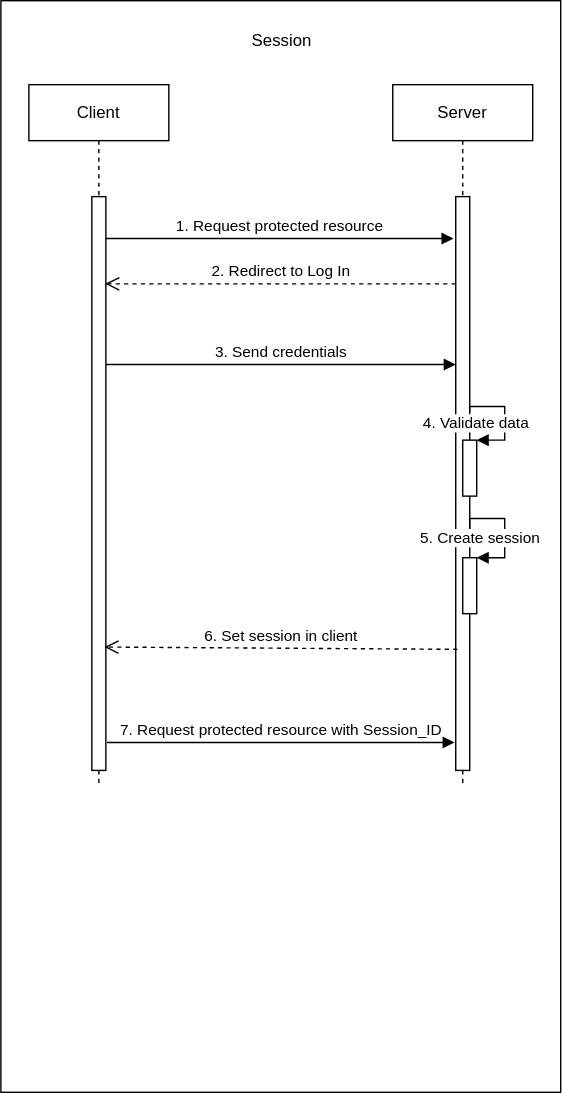
Above: Diagrams/SessionCycle.svg in mikanaaa/User-Authentication-And-Authorization (draw.io), before the change. Source tidied: cells renumbered, new cells last; positions are measured from the earlier drawing's top-left corner, leaving out a move shared by most shapes. The source it was exported from:
```xml
<mxGraphModel>
  <root>
    <mxCell id="0" />
    <mxCell id="1" parent="0" />
    <mxCell id="2" value="&lt;p style=&quot;margin: 0px ; margin-top: 4px ; text-align: center&quot;&gt;&lt;br&gt;&lt;/p&gt;&lt;p style=&quot;margin: 0px ; margin-top: 4px ; text-align: center&quot;&gt;Session&lt;/p&gt;" style="verticalAlign=top;align=left;overflow=fill;fontSize=12;fontFamily=Helvetica;html=1;fillColor=#ffffff;" parent="1" vertex="1">
      <mxGeometry width="400" height="780" as="geometry" />
    </mxCell>
    <mxCell id="3" value="Client" style="shape=umlLifeline;perimeter=lifelinePerimeter;whiteSpace=wrap;html=1;" parent="1" vertex="1">
      <mxGeometry x="20" y="60" width="100" height="500" as="geometry" />
    </mxCell>
    <mxCell id="4" style="html=1;points=[];perimeter=orthogonalPerimeter;" parent="3" vertex="1">
      <mxGeometry x="45" y="80" width="10" height="410" as="geometry" />
    </mxCell>
    <mxCell id="5" value="Server" style="shape=umlLifeline;perimeter=lifelinePerimeter;whiteSpace=wrap;html=1;" parent="1" vertex="1">
      <mxGeometry x="280" y="60" width="100" height="500" as="geometry" />
    </mxCell>
    <mxCell id="6" style="html=1;points=[];perimeter=orthogonalPerimeter;" parent="5" vertex="1">
      <mxGeometry x="45" y="80" width="10" height="410" as="geometry" />
    </mxCell>
    <mxCell id="7" style="html=1;points=[];perimeter=orthogonalPerimeter;" parent="5" vertex="1">
      <mxGeometry x="50" y="254" width="10" height="40" as="geometry" />
    </mxCell>
    <mxCell id="8" value="4. Validate data" style="edgeStyle=orthogonalEdgeStyle;html=1;align=left;spacingLeft=2;endArrow=block;rounded=0;entryX=1;entryY=0;" parent="5" edge="1" target="7">
      <mxGeometry x="-0.89" y="-39" relative="1" as="geometry">
        <mxPoint x="55" y="234" as="sourcePoint" />
        <Array as="points">
          <mxPoint x="55" y="230" />
          <mxPoint x="80" y="230" />
          <mxPoint x="80" y="254" />
        </Array>
        <mxPoint x="-37" y="-27" as="offset" />
      </mxGeometry>
    </mxCell>
    <mxCell id="9" value="1. Request protected resource" style="html=1;verticalAlign=bottom;endArrow=block;entryX=-0.16;entryY=0.073;entryDx=0;entryDy=0;entryPerimeter=0;" parent="1" edge="1" source="4" target="6">
      <mxGeometry relative="1" as="geometry" />
    </mxCell>
    <mxCell id="10" value="2. Redirect to Log In" style="html=1;verticalAlign=bottom;endArrow=open;dashed=1;endSize=8;entryX=0.95;entryY=0.152;entryDx=0;entryDy=0;entryPerimeter=0;" parent="1" edge="1" source="6" target="4">
      <mxGeometry relative="1" as="geometry" />
    </mxCell>
    <mxCell id="11" value="3. Send credentials" style="html=1;verticalAlign=bottom;endArrow=block;" parent="1" edge="1" source="4" target="6">
      <mxGeometry relative="1" as="geometry">
        <Array as="points">
          <mxPoint x="290" y="260" />
        </Array>
      </mxGeometry>
    </mxCell>
    <mxCell id="12" style="html=1;points=[];perimeter=orthogonalPerimeter;" parent="1" vertex="1">
      <mxGeometry x="330" y="398" width="10" height="40" as="geometry" />
    </mxCell>
    <mxCell id="13" value="5. Create session" style="edgeStyle=orthogonalEdgeStyle;html=1;align=left;spacingLeft=2;endArrow=block;rounded=0;entryX=1;entryY=0;" parent="1" edge="1" target="12">
      <mxGeometry x="-0.8" y="-41" relative="1" as="geometry">
        <mxPoint x="335" y="378" as="sourcePoint" />
        <Array as="points">
          <mxPoint x="335" y="370" />
          <mxPoint x="360" y="370" />
          <mxPoint x="360" y="398" />
        </Array>
        <mxPoint x="-39" y="-27" as="offset" />
      </mxGeometry>
    </mxCell>
    <mxCell id="14" value="6. Set session in client" style="html=1;verticalAlign=bottom;endArrow=open;dashed=1;endSize=8;exitX=0.117;exitY=0.789;exitDx=0;exitDy=0;exitPerimeter=0;entryX=0.9;entryY=0.785;entryDx=0;entryDy=0;entryPerimeter=0;" parent="1" edge="1" source="6" target="4">
      <mxGeometry relative="1" as="geometry" />
    </mxCell>
    <mxCell id="15" value="7. Request protected resource with Session_ID" style="html=1;verticalAlign=bottom;endArrow=block;entryX=-0.16;entryY=0.073;entryDx=0;entryDy=0;entryPerimeter=0;" parent="1" edge="1">
      <mxGeometry relative="1" as="geometry">
        <mxPoint x="75.8" y="530" as="sourcePoint" />
        <mxPoint x="324.2" y="530" as="targetPoint" />
      </mxGeometry>
    </mxCell>
  </root>
</mxGraphModel>
```
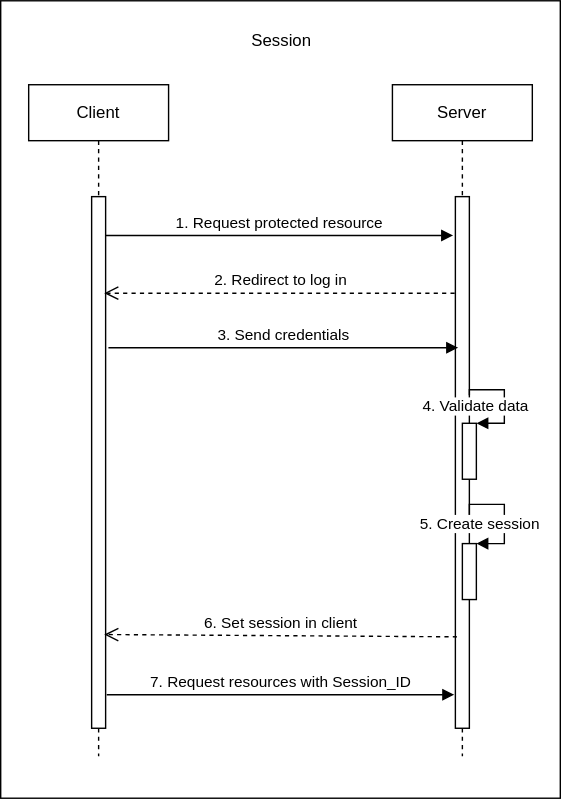
After the commit.

The edit, as a diff of the source:
```diff
@@ -3,30 +3,30 @@
     <mxCell id="0" />
     <mxCell id="1" parent="0" />
     <mxCell id="2" value="&lt;p style=&quot;margin: 0px ; margin-top: 4px ; text-align: center&quot;&gt;&lt;br&gt;&lt;/p&gt;&lt;p style=&quot;margin: 0px ; margin-top: 4px ; text-align: center&quot;&gt;Session&lt;/p&gt;" style="verticalAlign=top;align=left;overflow=fill;fontSize=12;fontFamily=Helvetica;html=1;fillColor=#ffffff;" parent="1" vertex="1">
-      <mxGeometry width="400" height="780" as="geometry" />
+      <mxGeometry width="400" height="570" as="geometry" />
     </mxCell>
     <mxCell id="3" value="Client" style="shape=umlLifeline;perimeter=lifelinePerimeter;whiteSpace=wrap;html=1;" parent="1" vertex="1">
-      <mxGeometry x="20" y="60" width="100" height="500" as="geometry" />
+      <mxGeometry x="20" y="60" width="100" height="480" as="geometry" />
     </mxCell>
     <mxCell id="4" style="html=1;points=[];perimeter=orthogonalPerimeter;" parent="3" vertex="1">
-      <mxGeometry x="45" y="80" width="10" height="410" as="geometry" />
+      <mxGeometry x="45" y="80" width="10" height="380" as="geometry" />
     </mxCell>
     <mxCell id="5" value="Server" style="shape=umlLifeline;perimeter=lifelinePerimeter;whiteSpace=wrap;html=1;" parent="1" vertex="1">
-      <mxGeometry x="280" y="60" width="100" height="500" as="geometry" />
+      <mxGeometry x="280" y="60" width="100" height="480" as="geometry" />
     </mxCell>
     <mxCell id="6" style="html=1;points=[];perimeter=orthogonalPerimeter;" parent="5" vertex="1">
-      <mxGeometry x="45" y="80" width="10" height="410" as="geometry" />
+      <mxGeometry x="45" y="80" width="10" height="380" as="geometry" />
     </mxCell>
     <mxCell id="7" style="html=1;points=[];perimeter=orthogonalPerimeter;" parent="5" vertex="1">
-      <mxGeometry x="50" y="254" width="10" height="40" as="geometry" />
+      <mxGeometry x="50" y="242" width="10" height="40" as="geometry" />
     </mxCell>
     <mxCell id="8" value="4. Validate data" style="edgeStyle=orthogonalEdgeStyle;html=1;align=left;spacingLeft=2;endArrow=block;rounded=0;entryX=1;entryY=0;" parent="5" edge="1" target="7">
       <mxGeometry x="-0.89" y="-39" relative="1" as="geometry">
-        <mxPoint x="55" y="234" as="sourcePoint" />
+        <mxPoint x="55" y="222" as="sourcePoint" />
         <Array as="points">
-          <mxPoint x="55" y="230" />
-          <mxPoint x="80" y="230" />
-          <mxPoint x="80" y="254" />
+          <mxPoint x="55" y="218" />
+          <mxPoint x="80" y="218" />
+          <mxPoint x="80" y="242" />
         </Array>
         <mxPoint x="-37" y="-27" as="offset" />
       </mxGeometry>
@@ -34,37 +34,45 @@
     <mxCell id="9" value="1. Request protected resource" style="html=1;verticalAlign=bottom;endArrow=block;entryX=-0.16;entryY=0.073;entryDx=0;entryDy=0;entryPerimeter=0;" parent="1" edge="1" source="4" target="6">
       <mxGeometry relative="1" as="geometry" />
     </mxCell>
-    <mxCell id="10" value="2. Redirect to Log In" style="html=1;verticalAlign=bottom;endArrow=open;dashed=1;endSize=8;entryX=0.95;entryY=0.152;entryDx=0;entryDy=0;entryPerimeter=0;" parent="1" edge="1" source="6" target="4">
-      <mxGeometry relative="1" as="geometry" />
+    <mxCell id="10" value="2. Redirect to log in" style="html=1;verticalAlign=bottom;endArrow=open;dashed=1;endSize=8;entryX=0.95;entryY=0.152;entryDx=0;entryDy=0;entryPerimeter=0;" parent="1" edge="1">
+      <mxGeometry relative="1" as="geometry">
+        <mxPoint x="324.5" y="209" as="sourcePoint" />
+        <mxPoint x="74" y="209" as="targetPoint" />
+      </mxGeometry>
     </mxCell>
-    <mxCell id="11" value="3. Send credentials" style="html=1;verticalAlign=bottom;endArrow=block;" parent="1" edge="1" source="4" target="6">
+    <mxCell id="11" value="3. Send credentials" style="html=1;verticalAlign=bottom;endArrow=block;" parent="1" edge="1">
       <mxGeometry relative="1" as="geometry">
+        <mxPoint x="77" y="248" as="sourcePoint" />
+        <mxPoint x="327" y="248" as="targetPoint" />
         <Array as="points">
-          <mxPoint x="290" y="260" />
+          <mxPoint x="292" y="248" />
         </Array>
       </mxGeometry>
     </mxCell>
     <mxCell id="12" style="html=1;points=[];perimeter=orthogonalPerimeter;" parent="1" vertex="1">
-      <mxGeometry x="330" y="398" width="10" height="40" as="geometry" />
+      <mxGeometry x="330" y="388" width="10" height="40" as="geometry" />
     </mxCell>
     <mxCell id="13" value="5. Create session" style="edgeStyle=orthogonalEdgeStyle;html=1;align=left;spacingLeft=2;endArrow=block;rounded=0;entryX=1;entryY=0;" parent="1" edge="1" target="12">
       <mxGeometry x="-0.8" y="-41" relative="1" as="geometry">
-        <mxPoint x="335" y="378" as="sourcePoint" />
+        <mxPoint x="335" y="368" as="sourcePoint" />
         <Array as="points">
-          <mxPoint x="335" y="370" />
-          <mxPoint x="360" y="370" />
-          <mxPoint x="360" y="398" />
+          <mxPoint x="335" y="360" />
+          <mxPoint x="360" y="360" />
+          <mxPoint x="360" y="388" />
         </Array>
         <mxPoint x="-39" y="-27" as="offset" />
       </mxGeometry>
     </mxCell>
-    <mxCell id="14" value="6. Set session in client" style="html=1;verticalAlign=bottom;endArrow=open;dashed=1;endSize=8;exitX=0.117;exitY=0.789;exitDx=0;exitDy=0;exitPerimeter=0;entryX=0.9;entryY=0.785;entryDx=0;entryDy=0;entryPerimeter=0;" parent="1" edge="1" source="6" target="4">
-      <mxGeometry relative="1" as="geometry" />
+    <mxCell id="14" value="6. Set session in client" style="html=1;verticalAlign=bottom;endArrow=open;dashed=1;endSize=8;exitX=0.117;exitY=0.789;exitDx=0;exitDy=0;exitPerimeter=0;entryX=0.9;entryY=0.785;entryDx=0;entryDy=0;entryPerimeter=0;" parent="1" edge="1">
+      <mxGeometry relative="1" as="geometry">
+        <mxPoint x="326.2" y="454.6" as="sourcePoint" />
+        <mxPoint x="74" y="453" as="targetPoint" />
+      </mxGeometry>
     </mxCell>
-    <mxCell id="15" value="7. Request protected resource with Session_ID" style="html=1;verticalAlign=bottom;endArrow=block;entryX=-0.16;entryY=0.073;entryDx=0;entryDy=0;entryPerimeter=0;" parent="1" edge="1">
+    <mxCell id="15" value="7. Request resources with Session_ID" style="html=1;verticalAlign=bottom;endArrow=block;entryX=-0.16;entryY=0.073;entryDx=0;entryDy=0;entryPerimeter=0;" parent="1" edge="1">
       <mxGeometry relative="1" as="geometry">
-        <mxPoint x="75.8" y="530" as="sourcePoint" />
-        <mxPoint x="324.2" y="530" as="targetPoint" />
+        <mxPoint x="75.8" y="496" as="sourcePoint" />
+        <mxPoint x="324.2" y="496" as="targetPoint" />
       </mxGeometry>
     </mxCell>
   </root>
```
